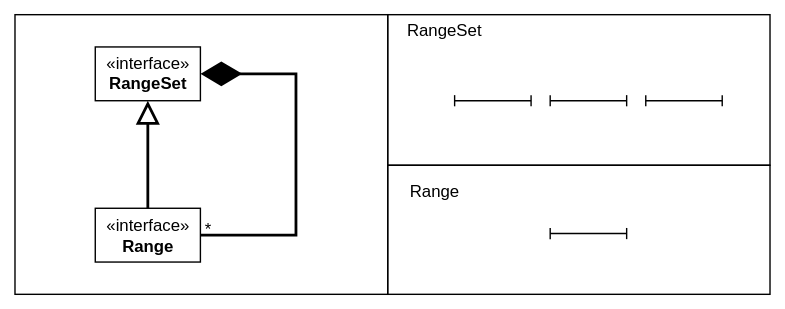
Before: documentation/images/range-and-rangeset-uml.svg, a diagram exported from draw.io (repozoo/range). Source tidied: cells renumbered, new cells last; positions are measured from the earlier drawing's top-left corner, leaving out a move shared by most shapes.
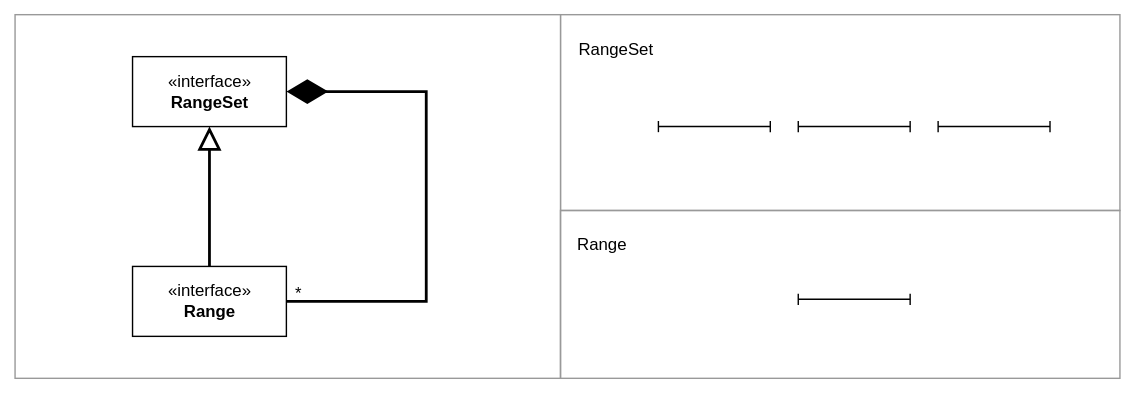
The same diagram one commit later.

Diff of the diagram source:
```diff
@@ -2,65 +2,65 @@
   <root>
     <mxCell id="0" />
     <mxCell id="1" parent="0" />
-    <mxCell id="2" style="rounded=0;whiteSpace=wrap;html=1;fillColor=none;" parent="1" vertex="1">
-      <mxGeometry x="266.6" width="273.4" height="107.7" as="geometry" />
+    <mxCell id="2" style="rounded=0;whiteSpace=wrap;html=1;fillColor=none;strokeColor=#999999;" parent="1" vertex="1">
+      <mxGeometry x="260" y="40" width="400" height="140" as="geometry" />
     </mxCell>
-    <mxCell id="3" style="rounded=0;whiteSpace=wrap;html=1;" parent="1" vertex="1">
-      <mxGeometry width="266.6" height="200" as="geometry" />
+    <mxCell id="3" style="rounded=0;whiteSpace=wrap;html=1;strokeColor=#999999;" parent="1" vertex="1">
+      <mxGeometry x="-130" y="40" width="390" height="260" as="geometry" />
     </mxCell>
     <mxCell id="4" style="endArrow=baseDash;startArrow=baseDash;html=1;rounded=0;targetPerimeterSpacing=3;startFill=0;endFill=0;" parent="1" edge="1">
       <mxGeometry relative="1" as="geometry">
-        <mxPoint x="314.4" y="61.5" as="sourcePoint" />
-        <mxPoint x="369.1" y="61.5" as="targetPoint" />
+        <mxPoint x="330" y="120" as="sourcePoint" />
+        <mxPoint x="410" y="120" as="targetPoint" />
       </mxGeometry>
     </mxCell>
     <mxCell id="5" style="endArrow=baseDash;startArrow=baseDash;html=1;rounded=0;targetPerimeterSpacing=3;startFill=0;endFill=0;" parent="1" edge="1">
       <mxGeometry relative="1" as="geometry">
-        <mxPoint x="382.8" y="61.5" as="sourcePoint" />
-        <mxPoint x="437.5" y="61.5" as="targetPoint" />
+        <mxPoint x="430" y="120" as="sourcePoint" />
+        <mxPoint x="510" y="120" as="targetPoint" />
       </mxGeometry>
     </mxCell>
     <mxCell id="6" style="endArrow=baseDash;startArrow=baseDash;html=1;rounded=0;targetPerimeterSpacing=3;startFill=0;endFill=0;" parent="1" edge="1">
       <mxGeometry relative="1" as="geometry">
-        <mxPoint x="451.1" y="61.5" as="sourcePoint" />
-        <mxPoint x="505.8" y="61.5" as="targetPoint" />
+        <mxPoint x="530" y="120" as="sourcePoint" />
+        <mxPoint x="610" y="120" as="targetPoint" />
       </mxGeometry>
     </mxCell>
-    <mxCell id="7" style="rounded=0;whiteSpace=wrap;html=1;fillColor=none;" parent="1" vertex="1">
-      <mxGeometry x="266.6" y="107.7" width="273.4" height="92.3" as="geometry" />
+    <mxCell id="7" style="rounded=0;whiteSpace=wrap;html=1;fillColor=none;strokeColor=#999999;" parent="1" vertex="1">
+      <mxGeometry x="260" y="180" width="400" height="120" as="geometry" />
     </mxCell>
     <mxCell id="8" style="endArrow=baseDash;startArrow=baseDash;html=1;rounded=0;targetPerimeterSpacing=3;startFill=0;endFill=0;" parent="1" edge="1">
       <mxGeometry relative="1" as="geometry">
-        <mxPoint x="382.8" y="156.5" as="sourcePoint" />
-        <mxPoint x="437.5" y="156.5" as="targetPoint" />
+        <mxPoint x="430" y="243.5" as="sourcePoint" />
+        <mxPoint x="510" y="243.5" as="targetPoint" />
       </mxGeometry>
     </mxCell>
     <mxCell id="9" value="Range" style="text;html=1;strokeColor=none;fillColor=none;align=center;verticalAlign=middle;whiteSpace=wrap;rounded=0;" parent="1" vertex="1">
-      <mxGeometry x="280" y="115.4" width="41" height="23.1" as="geometry" />
+      <mxGeometry x="260" y="190" width="60" height="30" as="geometry" />
     </mxCell>
     <mxCell id="10" value="RangeSet" style="text;html=1;strokeColor=none;fillColor=none;align=center;verticalAlign=middle;whiteSpace=wrap;rounded=0;" parent="1" vertex="1">
-      <mxGeometry x="280" width="54.7" height="23.1" as="geometry" />
+      <mxGeometry x="260" y="50" width="80" height="30" as="geometry" />
     </mxCell>
     <mxCell id="11" value="«interface»&lt;br&gt;&lt;b&gt;Range&lt;/b&gt;" style="html=1;" parent="1" vertex="1">
-      <mxGeometry x="57.4" y="138.5" width="75.2" height="38.5" as="geometry" />
+      <mxGeometry x="-46" y="220" width="110" height="50" as="geometry" />
     </mxCell>
     <mxCell id="12" style="endArrow=block;endFill=0;endSize=12;html=1;rounded=0;targetPerimeterSpacing=3;strokeWidth=2;entryX=0.5;entryY=1;entryDx=0;entryDy=0;exitX=0.5;exitY=0;exitDx=0;exitDy=0;" parent="1" edge="1" source="11">
       <mxGeometry relative="1" as="geometry">
-        <mxPoint x="95" y="61.5" as="targetPoint" />
+        <mxPoint x="9" y="120" as="targetPoint" />
       </mxGeometry>
     </mxCell>
     <mxCell id="13" value="*" style="text;html=1;strokeColor=none;fillColor=none;align=center;verticalAlign=middle;whiteSpace=wrap;rounded=0;" parent="1" vertex="1">
-      <mxGeometry x="118.3" y="142.3" width="41" height="23.1" as="geometry" />
+      <mxGeometry x="43" y="225" width="60" height="30" as="geometry" />
     </mxCell>
     <mxCell id="14" value="«interface»&lt;br&gt;&lt;b&gt;RangeSet&lt;/b&gt;" style="html=1;" parent="1" vertex="1">
-      <mxGeometry x="57.4" y="23.1" width="75.2" height="38.5" as="geometry" />
+      <mxGeometry x="-46" y="70" width="110" height="50" as="geometry" />
     </mxCell>
     <mxCell id="15" style="endArrow=diamondThin;endFill=1;endSize=24;html=1;rounded=0;targetPerimeterSpacing=3;strokeWidth=2;entryX=1;entryY=0.5;entryDx=0;entryDy=0;exitX=1;exitY=0.5;exitDx=0;exitDy=0;" parent="1" edge="1" target="14">
       <mxGeometry relative="1" as="geometry">
-        <mxPoint x="132.6" y="157.7" as="sourcePoint" />
+        <mxPoint x="64" y="245" as="sourcePoint" />
         <Array as="points">
-          <mxPoint x="201" y="157.7" />
-          <mxPoint x="201" y="42.3" />
+          <mxPoint x="164" y="245" />
+          <mxPoint x="164" y="95" />
         </Array>
       </mxGeometry>
     </mxCell>
```
